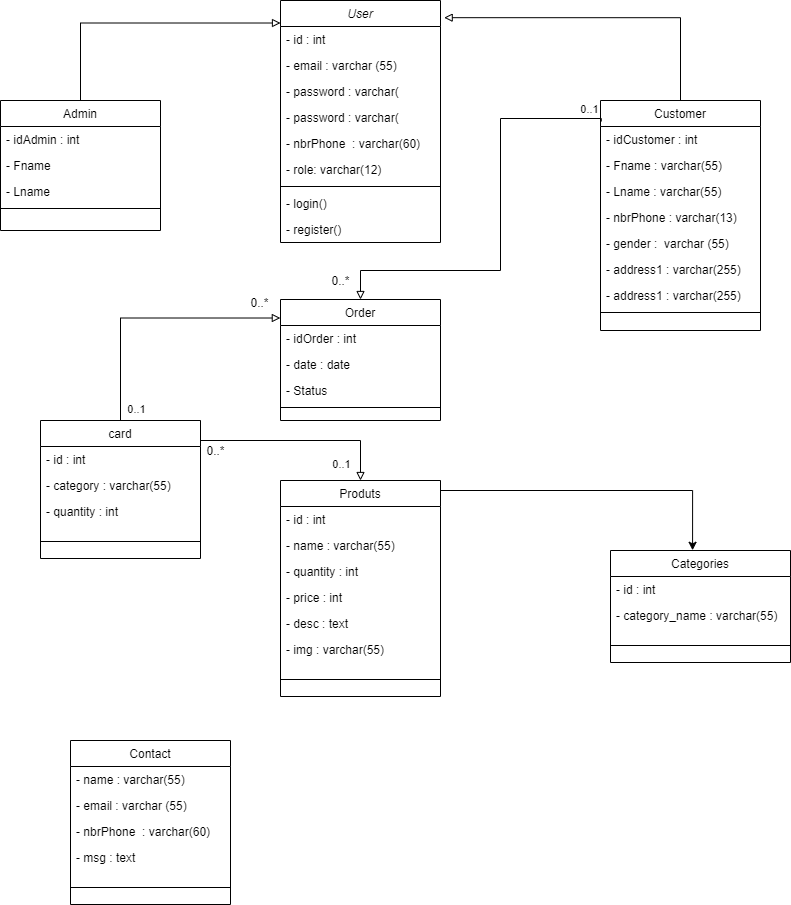
Before: UML/Class Diagram.png, a diagram exported from draw.io (yassineelhoubi/ecommerce-website). Source tidied: cells renumbered, new cells last; positions are measured from the earlier drawing's top-left corner, leaving out a move shared by most shapes.
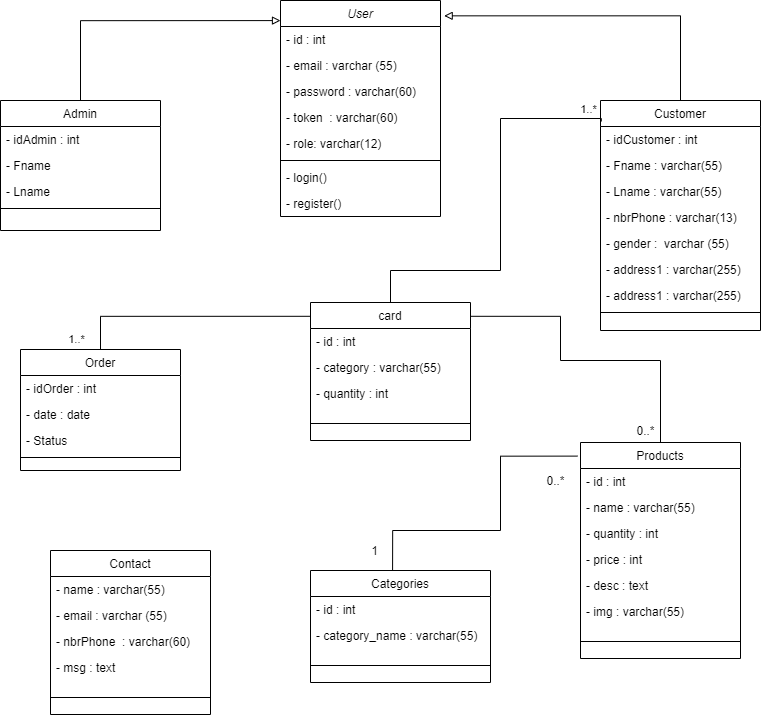
After the change.

Change to the diagram source:
```diff
@@ -3,7 +3,7 @@
     <mxCell id="0" />
     <mxCell id="1" parent="0" />
     <mxCell id="2" value="User" style="swimlane;fontStyle=2;align=center;verticalAlign=top;horizontal=1;startSize=26;rounded=0;shadow=0;strokeWidth=1;" parent="1" vertex="1">
-      <mxGeometry x="280" width="160" height="242" as="geometry" />
+      <mxGeometry x="280" width="160" height="216" as="geometry" />
     </mxCell>
     <mxCell id="3" value="- id : int" style="text;align=left;verticalAlign=top;spacingLeft=4;spacingRight=4;overflow=hidden;" parent="2" vertex="1">
       <mxGeometry y="26" width="160" height="26" as="geometry" />
@@ -11,26 +11,23 @@
     <mxCell id="4" value="- email : varchar (55)" style="text;align=left;verticalAlign=top;spacingLeft=4;spacingRight=4;overflow=hidden;rounded=0;shadow=0;html=0;" parent="2" vertex="1">
       <mxGeometry y="52" width="160" height="26" as="geometry" />
     </mxCell>
-    <mxCell id="5" value="- password : varchar(" style="text;align=left;verticalAlign=top;spacingLeft=4;spacingRight=4;overflow=hidden;rounded=0;shadow=0;html=0;" parent="2" vertex="1">
+    <mxCell id="5" value="- password : varchar(60)" style="text;align=left;verticalAlign=top;spacingLeft=4;spacingRight=4;overflow=hidden;rounded=0;shadow=0;html=0;" parent="2" vertex="1">
       <mxGeometry y="78" width="160" height="26" as="geometry" />
     </mxCell>
-    <mxCell id="6" value="- password : varchar(" style="text;align=left;verticalAlign=top;spacingLeft=4;spacingRight=4;overflow=hidden;rounded=0;shadow=0;html=0;" parent="2" vertex="1">
-      <mxGeometry y="104" width="160" height="26" as="geometry" />
-    </mxCell>
-    <mxCell id="7" value="- nbrPhone  : varchar(60)" style="text;align=left;verticalAlign=top;spacingLeft=4;spacingRight=4;overflow=hidden;rounded=0;shadow=0;html=0;" parent="2" vertex="1">
-      <mxGeometry y="130" width="160" height="26" as="geometry" />
+    <mxCell id="7" value="- token  : varchar(60)" style="text;align=left;verticalAlign=top;spacingLeft=4;spacingRight=4;overflow=hidden;rounded=0;shadow=0;html=0;" parent="2" vertex="1">
+      <mxGeometry y="104" width="160" height="26" as="geometry" />
     </mxCell>
     <mxCell id="8" value="- role: varchar(12)" style="text;align=left;verticalAlign=top;spacingLeft=4;spacingRight=4;overflow=hidden;rounded=0;shadow=0;html=0;" parent="2" vertex="1">
-      <mxGeometry y="156" width="160" height="26" as="geometry" />
+      <mxGeometry y="130" width="160" height="26" as="geometry" />
     </mxCell>
     <mxCell id="9" style="line;html=1;strokeWidth=1;align=left;verticalAlign=middle;spacingTop=-1;spacingLeft=3;spacingRight=3;labelPosition=right;" parent="2" vertex="1">
-      <mxGeometry y="182" width="160" height="8" as="geometry" />
+      <mxGeometry y="156" width="160" height="8" as="geometry" />
     </mxCell>
     <mxCell id="10" value="- login()" style="text;align=left;verticalAlign=top;spacingLeft=4;spacingRight=4;overflow=hidden;" parent="2" vertex="1">
-      <mxGeometry y="190" width="160" height="26" as="geometry" />
+      <mxGeometry y="164" width="160" height="26" as="geometry" />
     </mxCell>
     <mxCell id="11" value="- register()" style="text;align=left;verticalAlign=top;spacingLeft=4;spacingRight=4;overflow=hidden;" parent="2" vertex="1">
-      <mxGeometry y="216" width="160" height="26" as="geometry" />
+      <mxGeometry y="190" width="160" height="26" as="geometry" />
     </mxCell>
     <mxCell id="12" style="edgeStyle=orthogonalEdgeStyle;rounded=0;jettySize=auto;html=1;exitX=0.5;exitY=0;exitDx=0;exitDy=0;entryX=0;entryY=0.093;entryDx=0;entryDy=0;endArrow=block;endFill=0;entryPerimeter=0;" parent="1" edge="1" source="13" target="2">
       <mxGeometry relative="1" as="geometry" />
@@ -80,23 +77,23 @@
     <mxCell id="27" style="edgeStyle=orthogonalEdgeStyle;rounded=0;jettySize=auto;html=1;endArrow=block;endFill=0;exitX=0.5;exitY=0;exitDx=0;exitDy=0;entryX=1.023;entryY=0.071;entryDx=0;entryDy=0;entryPerimeter=0;" parent="1" edge="1" source="18" target="2">
       <mxGeometry relative="1" as="geometry" />
     </mxCell>
-    <mxCell id="28" style="edgeStyle=orthogonalEdgeStyle;rounded=0;jettySize=auto;html=1;exitX=0.005;exitY=0.091;exitDx=0;exitDy=0;endArrow=block;endFill=0;entryX=0.5;entryY=0;entryDx=0;entryDy=0;exitPerimeter=0;" parent="1" edge="1" source="18" target="30">
+    <mxCell id="28" style="edgeStyle=orthogonalEdgeStyle;rounded=0;jettySize=auto;html=1;exitX=0.005;exitY=0.091;exitDx=0;exitDy=0;endArrow=none;endFill=0;entryX=0.5;entryY=0;entryDx=0;entryDy=0;exitPerimeter=0;" parent="1" edge="1" source="18" target="46">
       <mxGeometry relative="1" as="geometry">
         <Array as="points">
           <mxPoint x="601" y="118" />
           <mxPoint x="500" y="118" />
           <mxPoint x="500" y="270" />
-          <mxPoint x="360" y="270" />
+          <mxPoint x="390" y="270" />
         </Array>
       </mxGeometry>
     </mxCell>
-    <mxCell id="29" value="0..1" style="edgeLabel;html=1;align=center;verticalAlign=middle;" parent="28" vertex="1">
+    <mxCell id="29" value="1..*" style="edgeLabel;html=1;align=center;verticalAlign=middle;" parent="28" vertex="1">
       <mxGeometry x="-0.94" y="-3" relative="1" as="geometry">
-        <mxPoint x="-2" y="-7" as="offset" />
+        <mxPoint x="-5" y="-7" as="offset" />
       </mxGeometry>
     </mxCell>
     <mxCell id="30" value="Order" style="swimlane;fontStyle=0;align=center;verticalAlign=top;horizontal=1;startSize=26;rounded=0;shadow=0;strokeWidth=1;" parent="1" vertex="1">
-      <mxGeometry x="280" y="299" width="160" height="121" as="geometry" />
+      <mxGeometry x="20" y="349" width="160" height="121" as="geometry" />
     </mxCell>
     <mxCell id="31" value="- idOrder : int" style="text;align=left;verticalAlign=top;spacingLeft=4;spacingRight=4;overflow=hidden;" parent="30" vertex="1">
       <mxGeometry y="26" width="160" height="26" as="geometry" />
@@ -110,16 +107,26 @@
     <mxCell id="34" style="line;html=1;strokeWidth=1;align=left;verticalAlign=middle;spacingTop=-1;spacingLeft=3;spacingRight=3;labelPosition=right;" parent="30" vertex="1">
       <mxGeometry y="104" width="160" height="8" as="geometry" />
     </mxCell>
-    <mxCell id="35" style="edgeStyle=orthogonalEdgeStyle;rounded=0;jettySize=auto;html=1;exitX=1;exitY=0;exitDx=0;exitDy=0;entryX=0.456;entryY=-0.002;entryDx=0;entryDy=0;entryPerimeter=0;" parent="1" edge="1" source="36" target="51">
+    <mxCell id="35" style="edgeStyle=orthogonalEdgeStyle;rounded=0;jettySize=auto;html=1;entryX=0.456;entryY=-0.002;entryDx=0;entryDy=0;entryPerimeter=0;endArrow=none;endFill=0;exitX=-0.019;exitY=0.063;exitDx=0;exitDy=0;exitPerimeter=0;" parent="1" edge="1" source="36" target="51">
       <mxGeometry relative="1" as="geometry">
         <Array as="points">
-          <mxPoint x="440" y="490" />
-          <mxPoint x="692" y="490" />
+          <mxPoint x="500" y="456" />
+          <mxPoint x="500" y="530" />
+          <mxPoint x="392" y="530" />
         </Array>
       </mxGeometry>
     </mxCell>
+    <mxCell id="66" style="edgeStyle=orthogonalEdgeStyle;rounded=0;jettySize=auto;html=1;exitX=0.5;exitY=0;exitDx=0;exitDy=0;entryX=0.999;entryY=0.1;entryDx=0;entryDy=0;entryPerimeter=0;startArrow=none;startFill=0;endArrow=none;endFill=0;" parent="1" edge="1" source="36" target="46">
+      <mxGeometry relative="1" as="geometry">
+        <Array as="points">
+          <mxPoint x="660" y="360" />
+          <mxPoint x="560" y="360" />
+          <mxPoint x="560" y="316" />
+        </Array>
+      </mxGeometry>
+    </mxCell>
-    <mxCell id="36" value="Produts" style="swimlane;fontStyle=0;align=center;verticalAlign=top;horizontal=1;startSize=26;rounded=0;shadow=0;strokeWidth=1;" parent="1" vertex="1">
-      <mxGeometry x="280" y="480" width="160" height="216" as="geometry" />
+    <mxCell id="36" value="Products" style="swimlane;fontStyle=0;align=center;verticalAlign=top;horizontal=1;startSize=26;rounded=0;shadow=0;strokeWidth=1;" parent="1" vertex="1">
+      <mxGeometry x="580" y="442" width="160" height="216" as="geometry" />
     </mxCell>
     <mxCell id="37" value="- id : int" style="text;align=left;verticalAlign=top;spacingLeft=4;spacingRight=4;overflow=hidden;" parent="36" vertex="1">
       <mxGeometry y="26" width="160" height="26" as="geometry" />
@@ -142,19 +149,11 @@
     <mxCell id="43" style="line;html=1;strokeWidth=1;align=left;verticalAlign=middle;spacingTop=-1;spacingLeft=3;spacingRight=3;labelPosition=right;" parent="36" vertex="1">
       <mxGeometry y="182" width="160" height="34" as="geometry" />
     </mxCell>
-    <mxCell id="44" style="edgeStyle=orthogonalEdgeStyle;rounded=0;jettySize=auto;html=1;exitX=0.5;exitY=0;exitDx=0;exitDy=0;endArrow=block;endFill=0;entryX=-0.001;entryY=0.153;entryDx=0;entryDy=0;entryPerimeter=0;" parent="1" edge="1" source="46" target="30">
+    <mxCell id="44" style="edgeStyle=orthogonalEdgeStyle;rounded=0;jettySize=auto;html=1;exitX=0.001;exitY=0.1;exitDx=0;exitDy=0;endArrow=none;endFill=0;entryX=0.5;entryY=0;entryDx=0;entryDy=0;startArrow=none;startFill=0;exitPerimeter=0;" parent="1" edge="1" source="46" target="30">
       <mxGeometry relative="1" as="geometry" />
     </mxCell>
-    <mxCell id="45" style="edgeStyle=orthogonalEdgeStyle;rounded=0;jettySize=auto;html=1;exitX=1;exitY=0;exitDx=0;exitDy=0;entryX=0.5;entryY=0;entryDx=0;entryDy=0;endArrow=block;endFill=0;" parent="1" edge="1" source="46" target="36">
-      <mxGeometry relative="1" as="geometry">
-        <Array as="points">
-          <mxPoint x="200" y="440" />
-          <mxPoint x="360" y="440" />
-        </Array>
-      </mxGeometry>
-    </mxCell>
     <mxCell id="46" value="card" style="swimlane;fontStyle=0;align=center;verticalAlign=top;horizontal=1;startSize=26;rounded=0;shadow=0;strokeWidth=1;" parent="1" vertex="1">
-      <mxGeometry x="40" y="420" width="160" height="138" as="geometry" />
+      <mxGeometry x="310" y="302" width="160" height="138" as="geometry" />
     </mxCell>
     <mxCell id="47" value="- id : int" style="text;align=left;verticalAlign=top;spacingLeft=4;spacingRight=4;overflow=hidden;" parent="46" vertex="1">
       <mxGeometry y="26" width="160" height="26" as="geometry" />
@@ -169,7 +168,7 @@
       <mxGeometry y="104" width="160" height="34" as="geometry" />
     </mxCell>
     <mxCell id="51" value="Categories" style="swimlane;fontStyle=0;align=center;verticalAlign=top;horizontal=1;startSize=26;rounded=0;shadow=0;strokeWidth=1;" parent="1" vertex="1">
-      <mxGeometry x="610" y="550" width="180" height="112" as="geometry" />
+      <mxGeometry x="310" y="570" width="180" height="112" as="geometry" />
     </mxCell>
     <mxCell id="52" value="- id : int" style="text;align=left;verticalAlign=top;spacingLeft=4;spacingRight=4;overflow=hidden;" parent="51" vertex="1">
       <mxGeometry y="26" width="180" height="26" as="geometry" />
@@ -180,27 +179,13 @@
     <mxCell id="54" style="line;html=1;strokeWidth=1;align=left;verticalAlign=middle;spacingTop=-1;spacingLeft=3;spacingRight=3;labelPosition=right;" parent="51" vertex="1">
       <mxGeometry y="78" width="180" height="34" as="geometry" />
     </mxCell>
-    <mxCell id="55" value="0..*" style="text;html=1;align=center;verticalAlign=middle;strokeColor=none;" parent="1" vertex="1">
-      <mxGeometry x="325" y="270" width="30" height="20" as="geometry" />
-    </mxCell>
-    <mxCell id="56" value="0..*" style="text;html=1;align=center;verticalAlign=middle;strokeColor=none;" parent="1" vertex="1">
-      <mxGeometry x="244" y="292" width="30" height="20" as="geometry" />
-    </mxCell>
-    <mxCell id="57" value="0..1" style="edgeLabel;html=1;align=center;verticalAlign=middle;" parent="1" vertex="1">
-      <mxGeometry x="350" y="340" as="geometry">
+    <mxCell id="57" value="1..*" style="edgeLabel;html=1;align=center;verticalAlign=middle;" parent="1" vertex="1">
+      <mxGeometry x="290" y="270" as="geometry">
         <mxPoint x="-215" y="68" as="offset" />
       </mxGeometry>
     </mxCell>
-    <mxCell id="58" value="0..*" style="text;html=1;align=center;verticalAlign=middle;strokeColor=none;" parent="1" vertex="1">
-      <mxGeometry x="200" y="440" width="30" height="20" as="geometry" />
-    </mxCell>
-    <mxCell id="59" value="0..1" style="edgeLabel;html=1;align=center;verticalAlign=middle;" parent="1" vertex="1">
-      <mxGeometry x="570" y="110" as="geometry">
-        <mxPoint x="-230" y="353" as="offset" />
-      </mxGeometry>
-    </mxCell>
     <mxCell id="60" value="Contact" style="swimlane;fontStyle=0;align=center;verticalAlign=top;horizontal=1;startSize=26;rounded=0;shadow=0;strokeWidth=1;" parent="1" vertex="1">
-      <mxGeometry x="70" y="740" width="160" height="164" as="geometry" />
+      <mxGeometry x="50" y="550" width="160" height="164" as="geometry" />
     </mxCell>
     <mxCell id="61" value="- name : varchar(55)" style="text;align=left;verticalAlign=top;spacingLeft=4;spacingRight=4;overflow=hidden;" parent="60" vertex="1">
       <mxGeometry y="26" width="160" height="26" as="geometry" />
@@ -217,5 +202,14 @@
     <mxCell id="65" style="line;html=1;strokeWidth=1;align=left;verticalAlign=middle;spacingTop=-1;spacingLeft=3;spacingRight=3;labelPosition=right;" parent="60" vertex="1">
       <mxGeometry y="130" width="160" height="34" as="geometry" />
     </mxCell>
+    <mxCell id="67" value="0..*" style="text;html=1;align=center;verticalAlign=middle;strokeColor=none;" parent="1" vertex="1">
+      <mxGeometry x="540" y="470" width="30" height="20" as="geometry" />
+    </mxCell>
+    <mxCell id="68" value="1" style="text;html=1;align=center;verticalAlign=middle;strokeColor=none;" parent="1" vertex="1">
+      <mxGeometry x="364" y="540" width="20" height="20" as="geometry" />
+    </mxCell>
+    <mxCell id="69" value="0..*" style="text;html=1;align=center;verticalAlign=middle;strokeColor=none;" parent="1" vertex="1">
+      <mxGeometry x="630" y="420" width="30" height="20" as="geometry" />
+    </mxCell>
   </root>
 </mxGraphModel>
```
